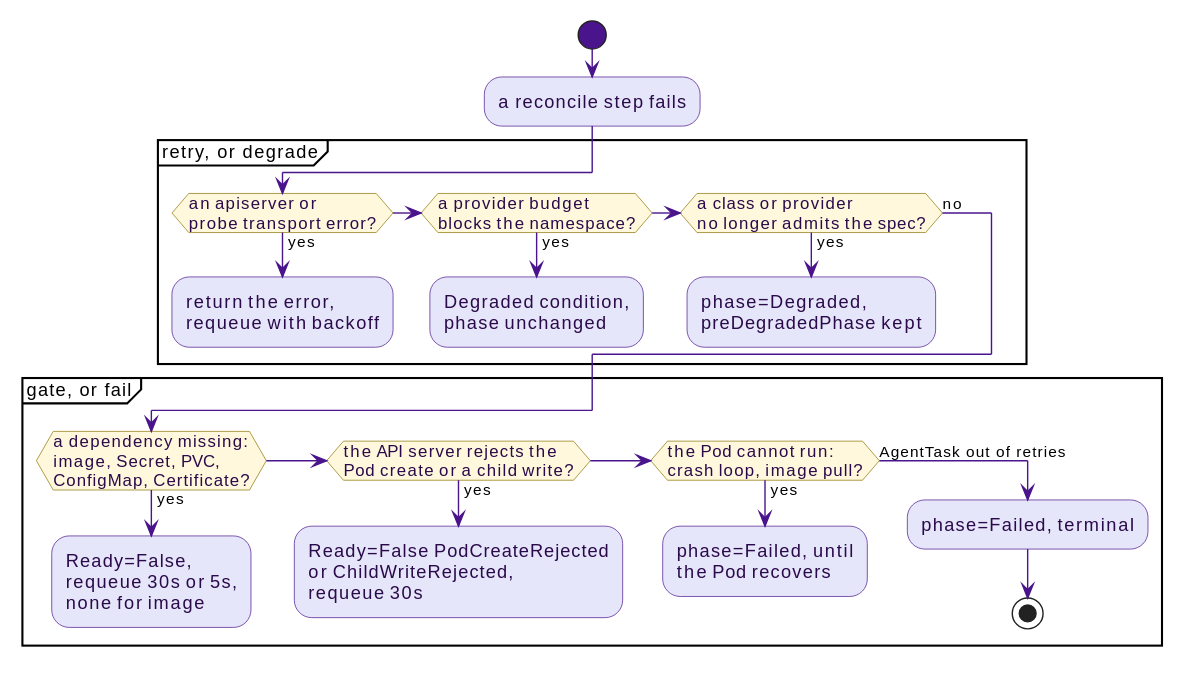
This is docs/src/diagrams/controller-error-buckets.svg from win07xp/kaalm, a PlantUML export, as it was before one commit.
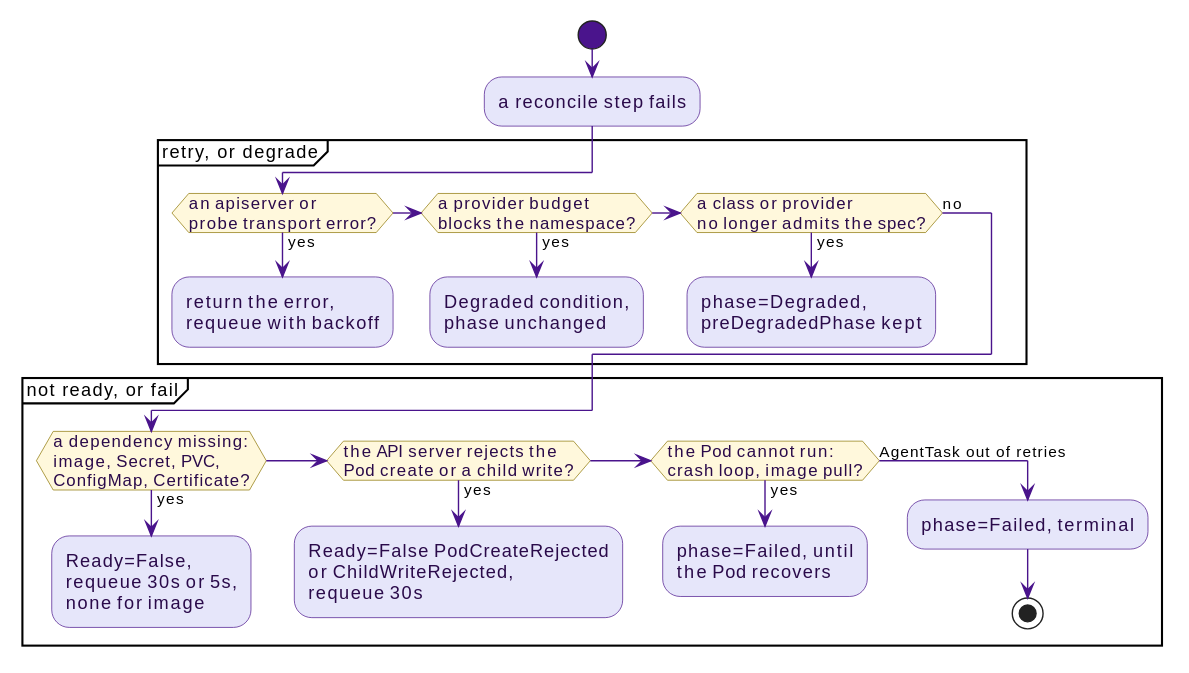
After the commit.

What changed in the source:
```diff
@@ -18,7 +18,7 @@
   endif
 }
 
-partition "gate, or fail" {
+partition "not ready, or fail" {
   if (a dependency missing:\nimage, Secret, PVC,\nConfigMap, Certificate?) then (yes)
     :Ready=False,\nrequeue 30s or 5s,\nnone for image;
     kill
```
